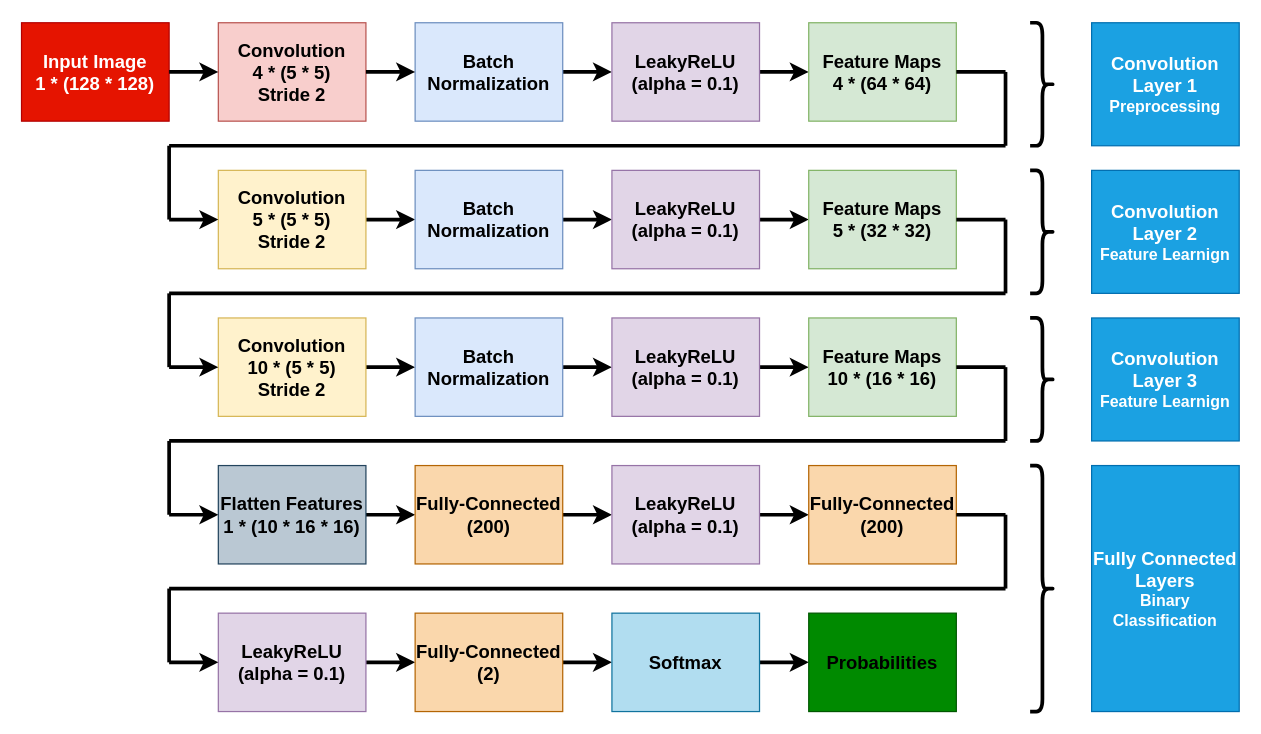
Above: page "V1.0.0" (1 of 5) of analysis/Catalyst Kernels/static/model.drawio in EmadHelmi/steganalysis (draw.io), before the change. Source tidied: cells renumbered, new cells numbered last; positions are measured from the earlier drawing's top-left corner, leaving out a move shared by most shapes. Both pictures are drawn from the tidied source at 123%, with x=0, y=0 at pixel (21, 22).
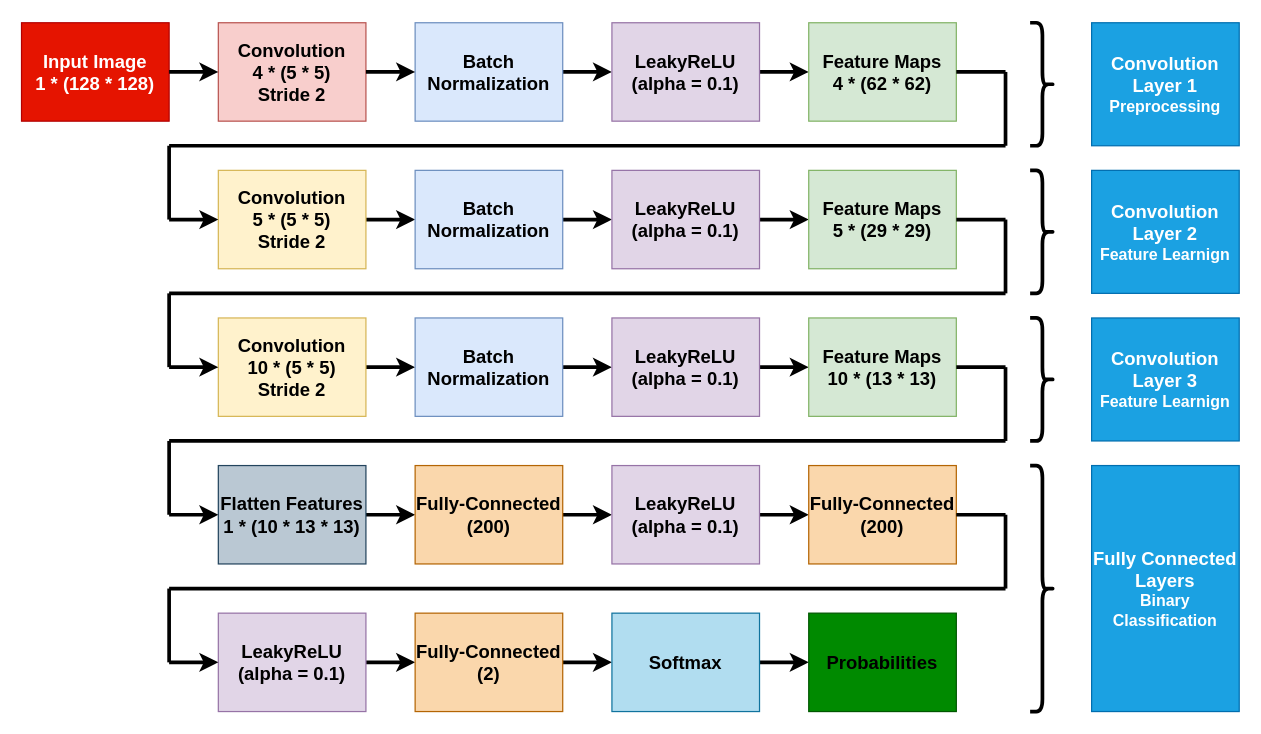
After the change.

Change to the diagram source:
```diff
@@
-    <mxCell id="8" value="&lt;b style=&quot;font-size: 15px&quot;&gt;Feature Maps&lt;br&gt;4 * (64 * 64)&lt;/b&gt;" style="rounded=0;whiteSpace=wrap;html=1;fillColor=#d5e8d4;strokeColor=#82b366;" parent="1" vertex="1">
+    <mxCell id="8" value="&lt;b style=&quot;font-size: 15px&quot;&gt;Feature Maps&lt;br&gt;4 * (62 * 62)&lt;/b&gt;" style="rounded=0;whiteSpace=wrap;html=1;fillColor=#d5e8d4;strokeColor=#82b366;" parent="1" vertex="1">
       <mxGeometry x="640" width="120" height="80" as="geometry" />
     </mxCell>
@@
-    <mxCell id="15" value="&lt;b style=&quot;font-size: 15px&quot;&gt;Feature Maps&lt;br&gt;5 * (32 * 32)&lt;/b&gt;" style="rounded=0;whiteSpace=wrap;html=1;fillColor=#d5e8d4;strokeColor=#82b366;" parent="1" vertex="1">
+    <mxCell id="15" value="&lt;b style=&quot;font-size: 15px&quot;&gt;Feature Maps&lt;br&gt;5 * (29 * 29)&lt;/b&gt;" style="rounded=0;whiteSpace=wrap;html=1;fillColor=#d5e8d4;strokeColor=#82b366;" parent="1" vertex="1">
       <mxGeometry x="640" y="120" width="120" height="80" as="geometry" />
     </mxCell>
@@
-    <mxCell id="22" value="&lt;b style=&quot;font-size: 15px&quot;&gt;Feature Maps&lt;br&gt;10 * (16 * 16)&lt;/b&gt;" style="rounded=0;whiteSpace=wrap;html=1;fillColor=#d5e8d4;strokeColor=#82b366;" parent="1" vertex="1">
+    <mxCell id="22" value="&lt;b style=&quot;font-size: 15px&quot;&gt;Feature Maps&lt;br&gt;10 * (13 * 13)&lt;/b&gt;" style="rounded=0;whiteSpace=wrap;html=1;fillColor=#d5e8d4;strokeColor=#82b366;" parent="1" vertex="1">
       <mxGeometry x="640" y="240" width="120" height="80" as="geometry" />
     </mxCell>
@@
-    <mxCell id="24" value="&lt;b style=&quot;font-size: 15px&quot;&gt;Flatten Features&lt;br&gt;1 * (10 * 16 * 16)&lt;/b&gt;" style="rounded=0;whiteSpace=wrap;html=1;fillColor=#bac8d3;strokeColor=#23445d;" parent="1" vertex="1">
+    <mxCell id="24" value="&lt;b style=&quot;font-size: 15px&quot;&gt;Flatten Features&lt;br&gt;1 * (10 * 13 * 13)&lt;/b&gt;" style="rounded=0;whiteSpace=wrap;html=1;fillColor=#bac8d3;strokeColor=#23445d;" parent="1" vertex="1">
       <mxGeometry x="160" y="360" width="120" height="80" as="geometry" />
     </mxCell>
```
